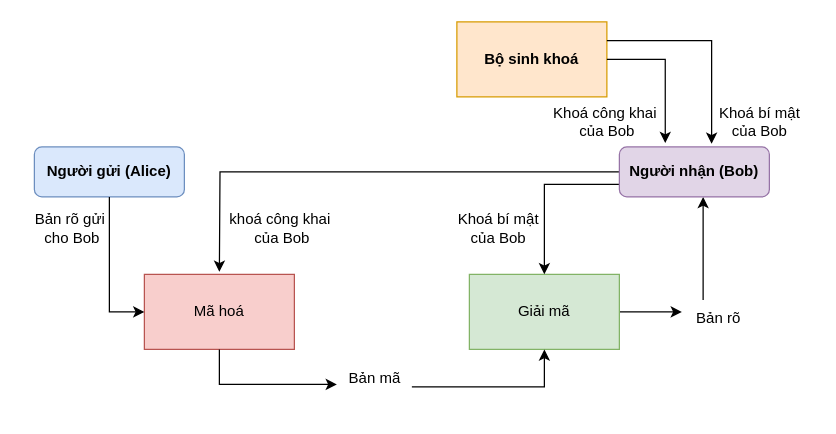
Above: PKE.drawio in huyle84/diagrams (draw.io), before the change. Source tidied: cells renumbered, new cells numbered last; positions are measured from the earlier drawing's top-left corner, leaving out a move shared by most shapes. Both pictures are drawn from the tidied source at 125%, with x=0, y=0 at pixel (21, 21).
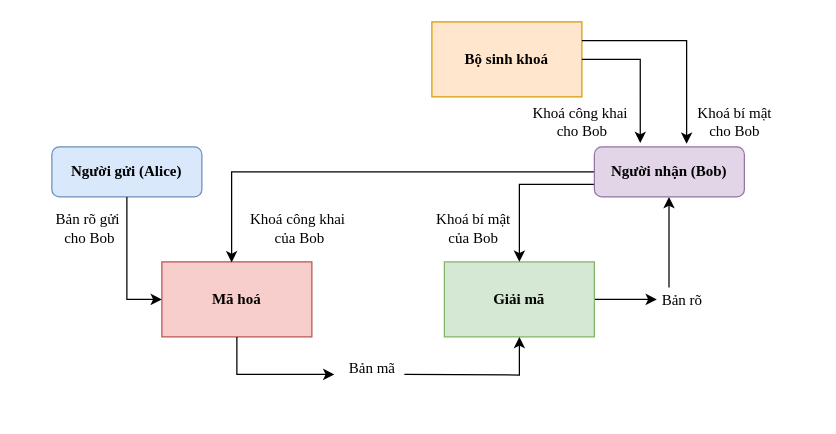
After the change.

Diff of the diagram source:
```diff
@@
-    <mxCell id="2" value="Mã hoá" style="rounded=0;whiteSpace=wrap;html=1;fillColor=#f8cecc;strokeColor=#b85450;" parent="1" vertex="1">
-      <mxGeometry x="98" y="202" width="120" height="60" as="geometry" />
+    <mxCell id="2" value="&lt;b&gt;&lt;font face=&quot;Times New Roman&quot;&gt;Mã hoá&lt;/font&gt;&lt;/b&gt;" style="rounded=0;whiteSpace=wrap;html=1;fillColor=#f8cecc;strokeColor=#b85450;" parent="1" vertex="1">
+      <mxGeometry x="112" y="192" width="120" height="60" as="geometry" />
     </mxCell>
     <mxCell id="3" style="edgeStyle=orthogonalEdgeStyle;rounded=0;jettySize=auto;html=1;" parent="1" edge="1" source="4">
       <mxGeometry relative="1" as="geometry">
-        <mxPoint x="528" y="232" as="targetPoint" />
+        <mxPoint x="508" y="222" as="targetPoint" />
       </mxGeometry>
     </mxCell>
-    <mxCell id="4" value="Giải mã" style="rounded=0;whiteSpace=wrap;html=1;fillColor=#d5e8d4;strokeColor=#82b366;" parent="1" vertex="1">
-      <mxGeometry x="358" y="202" width="120" height="60" as="geometry" />
+    <mxCell id="4" value="&lt;font face=&quot;Times New Roman&quot;&gt;&lt;b&gt;Giải mã&lt;/b&gt;&lt;/font&gt;" style="rounded=0;whiteSpace=wrap;html=1;fillColor=#d5e8d4;strokeColor=#82b366;" parent="1" vertex="1">
+      <mxGeometry x="338" y="192" width="120" height="60" as="geometry" />
     </mxCell>
-    <mxCell id="5" style="edgeStyle=orthogonalEdgeStyle;rounded=0;jettySize=auto;html=1;exitX=0;exitY=0.5;exitDx=0;exitDy=0;" parent="1" edge="1" source="16">
-      <mxGeometry relative="1" as="geometry">
-        <mxPoint x="158" y="200" as="targetPoint" />
-      </mxGeometry>
+    <mxCell id="5" style="edgeStyle=orthogonalEdgeStyle;rounded=0;jettySize=auto;html=1;exitX=0;exitY=0.5;exitDx=0;exitDy=0;entryX=0.465;entryY=0.007;entryDx=0;entryDy=0;entryPerimeter=0;" parent="1" edge="1" source="16" target="2">
+      <mxGeometry relative="1" as="geometry" />
     </mxCell>
-    <mxCell id="6" value="Bộ sinh khoá" style="rounded=0;whiteSpace=wrap;html=1;fillColor=#ffe6cc;strokeColor=#d79b00;fontStyle=1;" parent="1" vertex="1">
-      <mxGeometry x="348" width="120" height="60" as="geometry" />
+    <mxCell id="6" value="&lt;font face=&quot;Times New Roman&quot;&gt;Bộ sinh khoá&lt;/font&gt;" style="rounded=0;whiteSpace=wrap;html=1;fillColor=#ffe6cc;strokeColor=#d79b00;fontStyle=1;" parent="1" vertex="1">
+      <mxGeometry x="328" width="120" height="60" as="geometry" />
     </mxCell>
-    <mxCell id="7" value="khoá công khai&amp;nbsp;&lt;div&gt;của Bob&lt;/div&gt;" style="text;html=1;align=center;verticalAlign=middle;strokeColor=none;fillColor=none;" parent="1" vertex="1">
-      <mxGeometry x="153" y="145" width="110" height="40" as="geometry" />
+    <mxCell id="7" value="&lt;font face=&quot;Times New Roman&quot;&gt;Khoá công khai&amp;nbsp;&lt;/font&gt;&lt;div&gt;&lt;font face=&quot;Times New Roman&quot;&gt;của Bob&lt;/font&gt;&lt;/div&gt;" style="text;html=1;align=center;verticalAlign=middle;strokeColor=none;fillColor=none;" parent="1" vertex="1">
+      <mxGeometry x="172" y="145" width="100" height="40" as="geometry" />
     </mxCell>
-    <mxCell id="8" value="Khoá bí mật&lt;div&gt;của Bob&lt;br&gt;&lt;/div&gt;" style="text;html=1;align=center;verticalAlign=middle;strokeColor=none;fillColor=none;" parent="1" vertex="1">
-      <mxGeometry x="336" y="145" width="90" height="40" as="geometry" />
+    <mxCell id="8" value="&lt;font face=&quot;Times New Roman&quot;&gt;Khoá bí mật&lt;/font&gt;&lt;div&gt;&lt;font face=&quot;Times New Roman&quot;&gt;của Bob&lt;/font&gt;&lt;br&gt;&lt;/div&gt;" style="text;html=1;align=center;verticalAlign=middle;strokeColor=none;fillColor=none;" parent="1" vertex="1">
+      <mxGeometry x="321" y="145" width="80" height="40" as="geometry" />
     </mxCell>
-    <mxCell id="9" style="edgeStyle=orthogonalEdgeStyle;rounded=0;jettySize=auto;html=1;entryX=0.5;entryY=1;entryDx=0;entryDy=0;" parent="1" edge="1" source="10" target="4">
-      <mxGeometry relative="1" as="geometry" />
+    <mxCell id="9" style="edgeStyle=orthogonalEdgeStyle;rounded=0;jettySize=auto;html=1;entryX=0.5;entryY=1;entryDx=0;entryDy=0;" parent="1" edge="1" target="4">
+      <mxGeometry relative="1" as="geometry">
+        <mxPoint x="306" y="282" as="sourcePoint" />
+      </mxGeometry>
     </mxCell>
-    <mxCell id="10" value="Bản mã&lt;div&gt;&lt;br&gt;&lt;/div&gt;" style="text;html=1;align=center;verticalAlign=middle;points=[];strokeColor=none;fillColor=none;" parent="1" vertex="1">
-      <mxGeometry x="252" y="272" width="60" height="40" as="geometry" />
+    <mxCell id="10" value="&lt;font face=&quot;Times New Roman&quot;&gt;Bản mã&lt;/font&gt;&lt;div&gt;&lt;br&gt;&lt;/div&gt;" style="text;html=1;align=center;verticalAlign=middle;points=[];strokeColor=none;fillColor=none;" parent="1" vertex="1">
+      <mxGeometry x="250" y="264" width="60" height="40" as="geometry" />
     </mxCell>
-    <mxCell id="11" style="edgeStyle=orthogonalEdgeStyle;rounded=0;jettySize=auto;html=1;exitX=0.3;exitY=0.017;exitDx=0;exitDy=0;exitPerimeter=0;" parent="1" edge="1" source="12">
+    <mxCell id="11" style="edgeStyle=orthogonalEdgeStyle;rounded=0;orthogonalLoop=1;jettySize=auto;html=1;exitX=0.3;exitY=0.017;exitDx=0;exitDy=0;exitPerimeter=0;" parent="1" edge="1">
       <mxGeometry relative="1" as="geometry">
-        <mxPoint x="545" y="140" as="targetPoint" />
+        <mxPoint x="517.7" y="212.5" as="sourcePoint" />
+        <mxPoint x="517.7" y="140" as="targetPoint" />
       </mxGeometry>
     </mxCell>
-    <mxCell id="12" value="Bản rõ" style="text;html=1;align=center;verticalAlign=middle;points=[];strokeColor=none;fillColor=none;" parent="1" vertex="1">
-      <mxGeometry x="527" y="222" width="60" height="30" as="geometry" />
+    <mxCell id="12" value="&lt;font face=&quot;Times New Roman&quot;&gt;Bản rõ&lt;/font&gt;" style="text;html=1;align=center;verticalAlign=middle;points=[];strokeColor=none;fillColor=none;" parent="1" vertex="1">
+      <mxGeometry x="498" y="208" width="60" height="30" as="geometry" />
     </mxCell>
@@
-    <mxCell id="14" value="Người gửi (Alice)" style="rounded=1;whiteSpace=wrap;html=1;fontStyle=1;fillColor=#dae8fc;strokeColor=#6c8ebf;" parent="1" vertex="1">
-      <mxGeometry x="10" y="100" width="120" height="40" as="geometry" />
+    <mxCell id="14" value="&lt;font face=&quot;Times New Roman&quot;&gt;Người gửi (Alice)&lt;/font&gt;" style="rounded=1;whiteSpace=wrap;html=1;fontStyle=1;fillColor=#dae8fc;strokeColor=#6c8ebf;" parent="1" vertex="1">
+      <mxGeometry x="24" y="100" width="120" height="40" as="geometry" />
     </mxCell>
@@
-    <mxCell id="16" value="Người nhận (Bob)" style="rounded=1;whiteSpace=wrap;html=1;fontStyle=1;fillColor=#e1d5e7;strokeColor=#9673a6;" parent="1" vertex="1">
-      <mxGeometry x="478" y="100" width="120" height="40" as="geometry" />
+    <mxCell id="16" value="&lt;font face=&quot;Times New Roman&quot;&gt;Người nhận (Bob)&lt;/font&gt;" style="rounded=1;whiteSpace=wrap;html=1;fontStyle=1;fillColor=#e1d5e7;strokeColor=#9673a6;" parent="1" vertex="1">
+      <mxGeometry x="458" y="100" width="120" height="40" as="geometry" />
     </mxCell>
-    <mxCell id="17" value="Bản rõ gửi&amp;nbsp;&lt;div&gt;cho Bob&lt;/div&gt;" style="text;html=1;align=center;verticalAlign=middle;strokeColor=none;fillColor=none;" parent="1" vertex="1">
-      <mxGeometry y="145" width="80" height="40" as="geometry" />
+    <mxCell id="17" value="&lt;font face=&quot;Times New Roman&quot;&gt;Bản rõ gửi&amp;nbsp;&lt;/font&gt;&lt;div&gt;&lt;font face=&quot;Times New Roman&quot;&gt;cho Bob&lt;/font&gt;&lt;/div&gt;" style="text;html=1;align=center;verticalAlign=middle;strokeColor=none;fillColor=none;" parent="1" vertex="1">
+      <mxGeometry x="14" y="145" width="80" height="40" as="geometry" />
     </mxCell>
@@
-    <mxCell id="19" value="Khoá công khai&amp;nbsp;&lt;div&gt;của Bob&lt;/div&gt;" style="text;html=1;align=center;verticalAlign=middle;strokeColor=none;fillColor=none;" parent="1" vertex="1">
-      <mxGeometry x="413" y="60" width="110" height="40" as="geometry" />
+    <mxCell id="19" value="&lt;font face=&quot;Times New Roman&quot;&gt;Khoá công khai&amp;nbsp;&lt;/font&gt;&lt;div&gt;&lt;font face=&quot;Times New Roman&quot;&gt;cho Bob&lt;/font&gt;&lt;/div&gt;" style="text;html=1;align=center;verticalAlign=middle;strokeColor=none;fillColor=none;" parent="1" vertex="1">
+      <mxGeometry x="398" y="60" width="100" height="40" as="geometry" />
     </mxCell>
@@
-    <mxCell id="22" value="Khoá bí mật&lt;div&gt;của Bob&lt;br&gt;&lt;/div&gt;" style="text;html=1;align=center;verticalAlign=middle;strokeColor=none;fillColor=none;" parent="1" vertex="1">
-      <mxGeometry x="545" y="60" width="90" height="40" as="geometry" />
+    <mxCell id="22" value="&lt;font face=&quot;Times New Roman&quot;&gt;Khoá bí mật&lt;/font&gt;&lt;div&gt;&lt;font face=&quot;Times New Roman&quot;&gt;cho Bob&lt;/font&gt;&lt;br&gt;&lt;/div&gt;" style="text;html=1;align=center;verticalAlign=middle;strokeColor=none;fillColor=none;" parent="1" vertex="1">
+      <mxGeometry x="530" y="60" width="80" height="40" as="geometry" />
     </mxCell>
```
